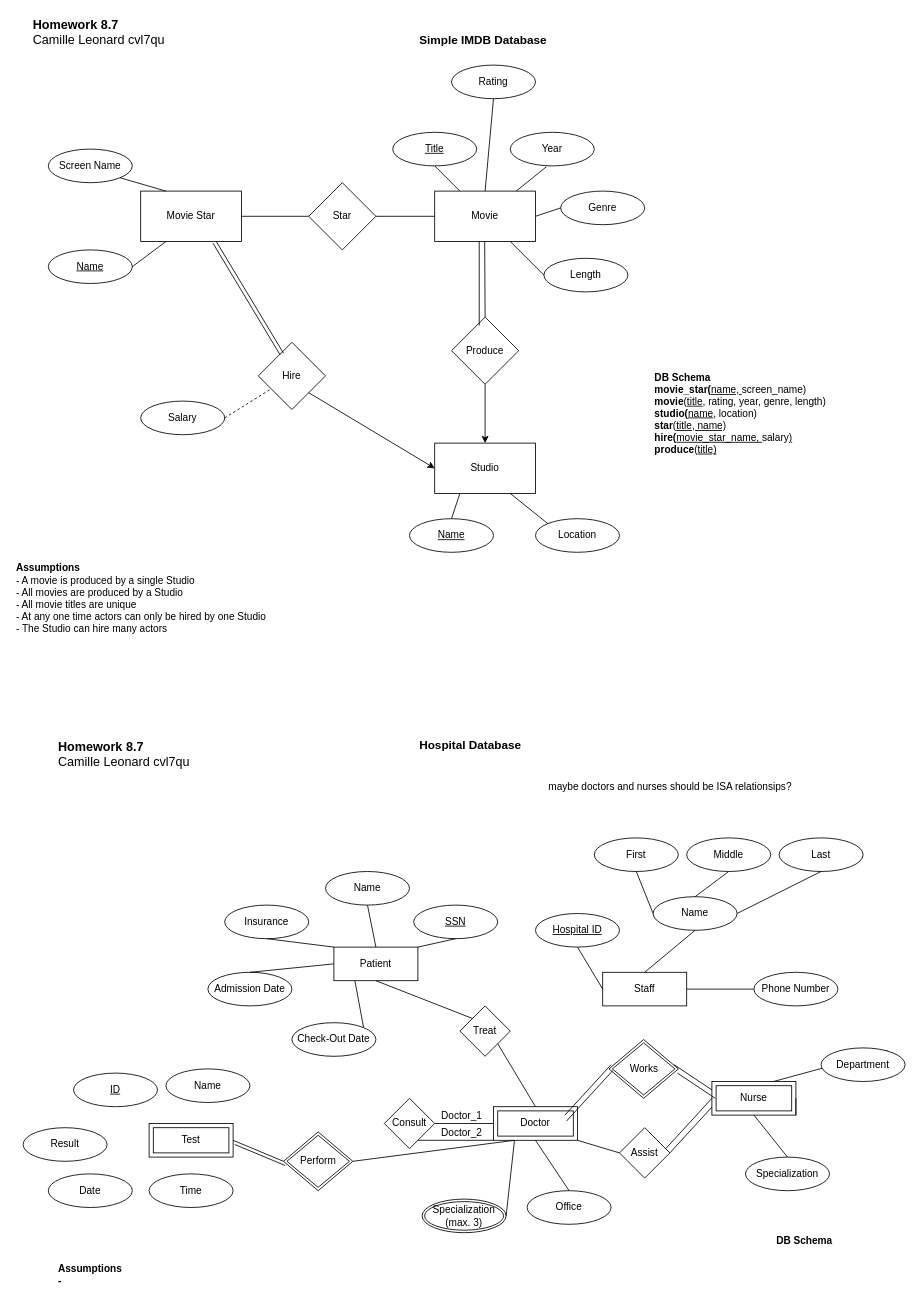
Above: HW 8.7 ER Diagrams.drawio in camillevleonard/CS_5012_Mod_8_MOE (draw.io), before the change. Source tidied: cells renumbered, new cells numbered last; positions are measured from the earlier drawing's top-left corner, leaving out a move shared by most shapes. Both pictures are drawn from the tidied source at 84%, with x=0, y=0 at pixel (14, 14).
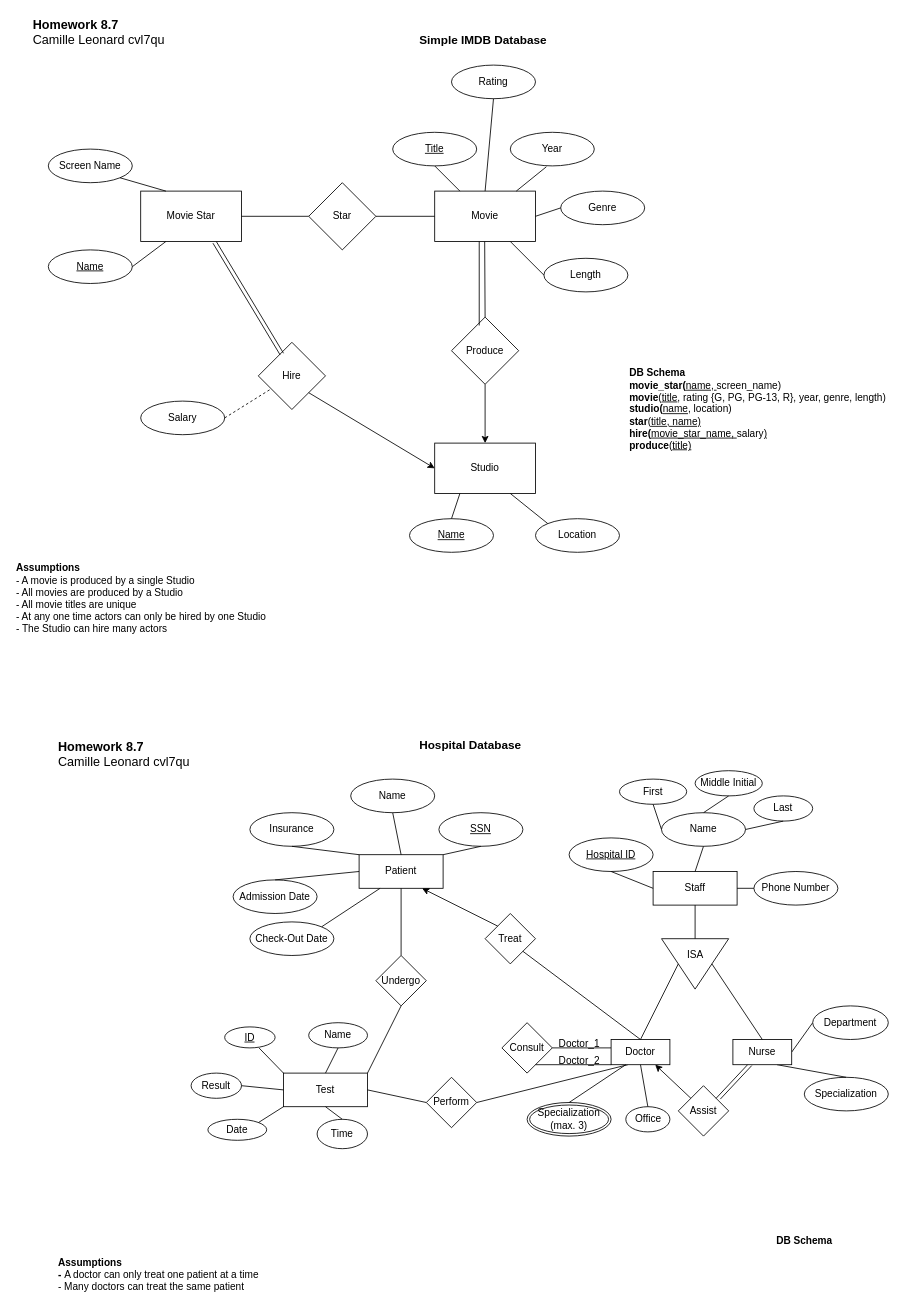
After the change.

The edit, as a diff of the source:
```diff
@@
     <mxCell id="2" style="shape=table;startSize=0;childLayout=tableLayout;rowLines=0;fontStyle=0;align=center;strokeColor=none;fillColor=none;" parent="1" vertex="1">
-      <mxGeometry x="470" y="1300" width="180" height="20" as="geometry" />
+      <mxGeometry x="610" y="1215" width="180" height="20" as="geometry" />
     </mxCell>
@@
-    <mxCell id="27" value="&lt;b&gt;DB Schema&lt;br&gt;movie_star(&lt;/b&gt;&lt;u&gt;name, &lt;/u&gt;screen_name)&lt;br&gt;&lt;b&gt;movie&lt;/b&gt;(&lt;u&gt;title&lt;/u&gt;, rating, year, genre, length)&lt;br&gt;&lt;b&gt;studio(&lt;/b&gt;&lt;u&gt;name&lt;/u&gt;, location)&lt;br&gt;&lt;b&gt;star&lt;/b&gt;(&lt;u&gt;title, name)&lt;br&gt;&lt;/u&gt;&lt;b&gt;hire(&lt;/b&gt;&lt;u&gt;movie_star_name, &lt;/u&gt;salary&lt;u&gt;)&lt;br&gt;&lt;/u&gt;&lt;b&gt;produce&lt;/b&gt;(&lt;u&gt;title)&lt;/u&gt;" style="text;html=1;align=left;verticalAlign=middle;" parent="1" vertex="1">
-      <mxGeometry x="760" y="425" width="220" height="100" as="geometry" />
+    <mxCell id="27" value="&lt;b&gt;DB Schema&lt;br&gt;movie_star(&lt;/b&gt;&lt;u&gt;name, &lt;/u&gt;screen_name)&lt;br&gt;&lt;b&gt;movie&lt;/b&gt;(&lt;u&gt;title&lt;/u&gt;, rating {G, PG, PG-13, R}, year, genre, length)&lt;br&gt;&lt;b&gt;studio(&lt;/b&gt;&lt;u&gt;name&lt;/u&gt;, location)&lt;br&gt;&lt;b&gt;star&lt;/b&gt;(&lt;u&gt;title, name)&lt;br&gt;&lt;/u&gt;&lt;b&gt;hire(&lt;/b&gt;&lt;u&gt;movie_star_name, &lt;/u&gt;salary&lt;u&gt;)&lt;br&gt;&lt;/u&gt;&lt;b&gt;produce&lt;/b&gt;(&lt;u&gt;title)&lt;/u&gt;" style="text;html=1;align=left;verticalAlign=middle;" parent="1" vertex="1">
+      <mxGeometry x="730" y="420" width="320" height="100" as="geometry" />
     </mxCell>
-    <mxCell id="28" value="&lt;b&gt;Assumptions&lt;br&gt;-&amp;nbsp;&lt;br&gt;&lt;/b&gt;" style="text;html=1;align=left;verticalAlign=middle;" parent="1" vertex="1">
-      <mxGeometry x="50" y="1485" width="90" height="30" as="geometry" />
+    <mxCell id="28" value="&lt;b&gt;Assumptions&lt;br&gt;- &lt;/b&gt;A doctor can only treat one patient at a time&lt;br&gt;- Many doctors can treat the same patient" style="text;html=1;align=left;verticalAlign=middle;" parent="1" vertex="1">
+      <mxGeometry x="50" y="1475" width="250" height="50" as="geometry" />
     </mxCell>
@@
     <mxCell id="30" value="Staff" style="whiteSpace=wrap;html=1;align=center;" parent="1" vertex="1">
-      <mxGeometry x="700" y="1140" width="100" height="40" as="geometry" />
+      <mxGeometry x="760" y="1020" width="100" height="40" as="geometry" />
     </mxCell>
     <mxCell id="31" value="Name" style="ellipse;whiteSpace=wrap;html=1;align=center;" parent="1" vertex="1">
-      <mxGeometry x="760" y="1050" width="100" height="40" as="geometry" />
+      <mxGeometry x="770" y="950" width="100" height="40" as="geometry" />
     </mxCell>
     <mxCell id="32" value="Hospital ID" style="ellipse;whiteSpace=wrap;html=1;align=center;fontStyle=4;" parent="1" vertex="1">
-      <mxGeometry x="620" y="1070" width="100" height="40" as="geometry" />
+      <mxGeometry x="660" y="980" width="100" height="40" as="geometry" />
     </mxCell>
     <mxCell id="33" value="Last" style="ellipse;whiteSpace=wrap;html=1;align=center;" parent="1" vertex="1">
-      <mxGeometry x="910" y="980" width="100" height="40" as="geometry" />
+      <mxGeometry x="880" y="930" width="70" height="30" as="geometry" />
     </mxCell>
-    <mxCell id="34" value="Middle" style="ellipse;whiteSpace=wrap;html=1;align=center;" parent="1" vertex="1">
-      <mxGeometry x="800" y="980" width="100" height="40" as="geometry" />
+    <mxCell id="34" value="Middle Initial" style="ellipse;whiteSpace=wrap;html=1;align=center;" parent="1" vertex="1">
+      <mxGeometry x="810" y="900" width="80" height="30" as="geometry" />
     </mxCell>
     <mxCell id="35" value="First" style="ellipse;whiteSpace=wrap;html=1;align=center;" parent="1" vertex="1">
-      <mxGeometry x="690" y="980" width="100" height="40" as="geometry" />
+      <mxGeometry x="720" y="910" width="80" height="30" as="geometry" />
     </mxCell>
     <mxCell id="36" value="Phone Number" style="ellipse;whiteSpace=wrap;html=1;align=center;" parent="1" vertex="1">
-      <mxGeometry x="880" y="1140" width="100" height="40" as="geometry" />
+      <mxGeometry x="880" y="1020" width="100" height="40" as="geometry" />
     </mxCell>
     <mxCell id="37" value="Office" style="ellipse;whiteSpace=wrap;html=1;align=center;" parent="1" vertex="1">
-      <mxGeometry x="610" y="1400" width="100" height="40" as="geometry" />
+      <mxGeometry x="727.5" y="1300" width="52.5" height="30" as="geometry" />
     </mxCell>
-    <mxCell id="38" style="endArrow=none;html=1;exitX=1;exitY=0.5;exitDx=0;exitDy=0;" parent="1" edge="1" source="84">
-      <mxGeometry relative="1" as="geometry">
-        <mxPoint x="835" y="1295" as="targetPoint" />
-      </mxGeometry>
-    </mxCell>
-    <mxCell id="39" style="endArrow=none;html=1;entryX=0;entryY=0.5;entryDx=0;entryDy=0;exitX=0.79;exitY=0.075;exitDx=0;exitDy=0;exitPerimeter=0;" parent="1" edge="1" source="42" target="62">
+    <mxCell id="39" style="endArrow=none;html=1;entryX=1;entryY=0.5;entryDx=0;entryDy=0;exitX=0;exitY=0.5;exitDx=0;exitDy=0;" parent="1" edge="1" source="42" target="62">
       <mxGeometry relative="1" as="geometry" />
     </mxCell>
-    <mxCell id="40" style="endArrow=none;html=1;exitX=1;exitY=1;exitDx=0;exitDy=0;entryX=0;entryY=0.5;entryDx=0;entryDy=0;" parent="1" edge="1" source="66" target="84">
-      <mxGeometry relative="1" as="geometry" />
-    </mxCell>
     <mxCell id="41" value="Specialization" style="ellipse;whiteSpace=wrap;html=1;align=center;" parent="1" vertex="1">
-      <mxGeometry x="870" y="1360" width="100" height="40" as="geometry" />
+      <mxGeometry x="940" y="1265" width="100" height="40" as="geometry" />
     </mxCell>
     <mxCell id="42" value="Department" style="ellipse;whiteSpace=wrap;html=1;align=center;" parent="1" vertex="1">
-      <mxGeometry x="960" y="1230" width="100" height="40" as="geometry" />
+      <mxGeometry x="950" y="1180" width="90" height="40" as="geometry" />
     </mxCell>
     <mxCell id="43" value="Patient" style="whiteSpace=wrap;html=1;align=center;" parent="1" vertex="1">
-      <mxGeometry x="380" y="1110" width="100" height="40" as="geometry" />
+      <mxGeometry x="410" y="1000" width="100" height="40" as="geometry" />
     </mxCell>
     <mxCell id="44" value="Treat" style="rhombus;whiteSpace=wrap;html=1;" parent="1" vertex="1">
-      <mxGeometry x="530" y="1180" width="60" height="60" as="geometry" />
+      <mxGeometry x="560" y="1070" width="60" height="60" as="geometry" />
     </mxCell>
     <mxCell id="45" value="Specialization (max. 3)" style="ellipse;shape=doubleEllipse;margin=3;whiteSpace=wrap;html=1;align=center;" parent="1" vertex="1">
-      <mxGeometry x="485" y="1410" width="100" height="40" as="geometry" />
+      <mxGeometry x="610" y="1295" width="100" height="40" as="geometry" />
     </mxCell>
     <mxCell id="46" value="Consult" style="rhombus;whiteSpace=wrap;html=1;" parent="1" vertex="1">
-      <mxGeometry x="440" y="1290" width="60" height="60" as="geometry" />
+      <mxGeometry x="580" y="1200" width="60" height="60" as="geometry" />
     </mxCell>
     <mxCell id="47" value="Doctor_2" style="shape=partialRectangle;fillColor=none;top=0;left=0;bottom=0;right=0;align=left;spacingLeft=6;overflow=hidden;" parent="1" vertex="1">
-      <mxGeometry x="500" y="1320" width="150" height="20" as="geometry" />
+      <mxGeometry x="640" y="1235" width="150" height="20" as="geometry" />
     </mxCell>
     <mxCell id="48" style="line;strokeWidth=1;dashed=0;labelPosition=right;align=left;verticalAlign=middle;spacingTop=0;spacingLeft=6;" parent="1" vertex="1">
-      <mxGeometry x="500" y="1315" width="70" height="10" as="geometry" />
+      <mxGeometry x="640" y="1225" width="70" height="10" as="geometry" />
     </mxCell>
     <mxCell id="49" style="line;strokeWidth=1;dashed=0;labelPosition=right;align=left;verticalAlign=middle;spacingTop=0;spacingLeft=6;" parent="1" vertex="1">
-      <mxGeometry x="480" y="1335" width="90" height="10" as="geometry" />
+      <mxGeometry x="620" y="1245" width="90" height="10" as="geometry" />
     </mxCell>
-    <mxCell id="50" style="endArrow=none;html=1;exitX=1;exitY=1;exitDx=0;exitDy=0;entryX=0.5;entryY=0;entryDx=0;entryDy=0;" parent="1" edge="1" source="44" target="66">
-      <mxGeometry relative="1" as="geometry" />
-    </mxCell>
-    <mxCell id="51" style="endArrow=none;html=1;exitX=0.5;exitY=1;exitDx=0;exitDy=0;entryX=0;entryY=0;entryDx=0;entryDy=0;" parent="1" edge="1" source="43" target="44">
-      <mxGeometry relative="1" as="geometry" />
-    </mxCell>
     <mxCell id="52" value="Check-Out Date" style="ellipse;whiteSpace=wrap;html=1;align=center;" parent="1" vertex="1">
-      <mxGeometry x="330" y="1200" width="100" height="40" as="geometry" />
+      <mxGeometry x="280" y="1080" width="100" height="40" as="geometry" />
     </mxCell>
     <mxCell id="53" value="Admission Date" style="ellipse;whiteSpace=wrap;html=1;align=center;" parent="1" vertex="1">
-      <mxGeometry x="230" y="1140" width="100" height="40" as="geometry" />
+      <mxGeometry x="260" y="1030" width="100" height="40" as="geometry" />
     </mxCell>
     <mxCell id="54" value="Insurance" style="ellipse;whiteSpace=wrap;html=1;align=center;" parent="1" vertex="1">
-      <mxGeometry x="250" y="1060" width="100" height="40" as="geometry" />
+      <mxGeometry x="280" y="950" width="100" height="40" as="geometry" />
     </mxCell>
     <mxCell id="55" value="Name" style="ellipse;whiteSpace=wrap;html=1;align=center;" parent="1" vertex="1">
-      <mxGeometry x="370" y="1020" width="100" height="40" as="geometry" />
+      <mxGeometry x="400" y="910" width="100" height="40" as="geometry" />
     </mxCell>
     <mxCell id="56" value="SSN" style="ellipse;whiteSpace=wrap;html=1;align=center;fontStyle=4;" parent="1" vertex="1">
-      <mxGeometry x="475" y="1060" width="100" height="40" as="geometry" />
+      <mxGeometry x="505" y="950" width="100" height="40" as="geometry" />
     </mxCell>
@@
-    <mxCell id="62" value="Nurse" style="shape=ext;margin=3;double=1;whiteSpace=wrap;html=1;align=center;" parent="1" vertex="1">
-      <mxGeometry x="830" y="1270" width="100" height="40" as="geometry" />
-    </mxCell>
-    <mxCell id="63" style="endArrow=none;html=1;entryX=0.5;entryY=1;entryDx=0;entryDy=0;exitX=0.5;exitY=0;exitDx=0;exitDy=0;" parent="1" edge="1" source="41" target="62">
+    <mxCell id="63" style="endArrow=none;html=1;entryX=0.75;entryY=1;entryDx=0;entryDy=0;exitX=0.5;exitY=0;exitDx=0;exitDy=0;" parent="1" edge="1" source="41" target="62">
       <mxGeometry relative="1" as="geometry" />
     </mxCell>
-    <mxCell id="64" style="endArrow=none;html=1;exitX=1;exitY=0.5;exitDx=0;exitDy=0;entryX=0;entryY=0.5;entryDx=0;entryDy=0;" parent="1" edge="1" source="62">
-      <mxGeometry relative="1" as="geometry">
-        <mxPoint x="930" y="1310" as="targetPoint" />
-      </mxGeometry>
-    </mxCell>
-    <mxCell id="65" style="endArrow=none;html=1;exitX=1;exitY=0.5;exitDx=0;exitDy=0;entryX=0.25;entryY=1;entryDx=0;entryDy=0;" parent="1" edge="1" source="45" target="66">
-      <mxGeometry relative="1" as="geometry" />
-    </mxCell>
-    <mxCell id="66" value="Doctor" style="shape=ext;margin=3;double=1;whiteSpace=wrap;html=1;align=center;" parent="1" vertex="1">
-      <mxGeometry x="570" y="1300" width="100" height="40" as="geometry" />
-    </mxCell>
-    <mxCell id="67" style="endArrow=none;html=1;exitX=0.5;exitY=0;exitDx=0;exitDy=0;entryX=0.5;entryY=1;entryDx=0;entryDy=0;" parent="1" edge="1" source="37" target="66">
-      <mxGeometry relative="1" as="geometry" />
-    </mxCell>
@@
-    <mxCell id="74" value="Test" style="shape=ext;margin=3;double=1;whiteSpace=wrap;html=1;align=center;" parent="1" vertex="1">
-      <mxGeometry x="160" y="1320" width="100" height="40" as="geometry" />
-    </mxCell>
     <mxCell id="75" value="Name" style="ellipse;whiteSpace=wrap;html=1;align=center;" parent="1" vertex="1">
-      <mxGeometry x="180" y="1255" width="100" height="40" as="geometry" />
+      <mxGeometry x="350" y="1200" width="70" height="30" as="geometry" />
     </mxCell>
     <mxCell id="76" value="Time" style="ellipse;whiteSpace=wrap;html=1;align=center;" parent="1" vertex="1">
-      <mxGeometry x="160" y="1380" width="100" height="40" as="geometry" />
+      <mxGeometry x="360" y="1315" width="60" height="35" as="geometry" />
     </mxCell>
     <mxCell id="77" value="Date" style="ellipse;whiteSpace=wrap;html=1;align=center;" parent="1" vertex="1">
-      <mxGeometry x="40" y="1380" width="100" height="40" as="geometry" />
+      <mxGeometry x="230" y="1315" width="70" height="25" as="geometry" />
     </mxCell>
     <mxCell id="78" value="Result" style="ellipse;whiteSpace=wrap;html=1;align=center;" parent="1" vertex="1">
-      <mxGeometry x="10" y="1325" width="100" height="40" as="geometry" />
+      <mxGeometry x="210" y="1260" width="60" height="30" as="geometry" />
     </mxCell>
     <mxCell id="79" value="ID" style="ellipse;whiteSpace=wrap;html=1;align=center;fontStyle=4;" parent="1" vertex="1">
-      <mxGeometry x="70" y="1260" width="100" height="40" as="geometry" />
+      <mxGeometry x="250" y="1205" width="60" height="25" as="geometry" />
     </mxCell>
-    <mxCell id="80" style="endArrow=none;html=1;exitX=1;exitY=0.5;exitDx=0;exitDy=0;entryX=0.25;entryY=1;entryDx=0;entryDy=0;" parent="1" edge="1" source="82" target="66">
-      <mxGeometry relative="1" as="geometry" />
+    <mxCell id="80" style="endArrow=none;html=1;exitX=1;exitY=0.5;exitDx=0;exitDy=0;" parent="1" edge="1" source="82">
+      <mxGeometry relative="1" as="geometry">
+        <mxPoint x="730" y="1250" as="targetPoint" />
+      </mxGeometry>
     </mxCell>
-    <mxCell id="81" style="endArrow=none;html=1;exitX=1;exitY=0.5;exitDx=0;exitDy=0;entryX=0;entryY=0.5;entryDx=0;entryDy=0;" parent="1" edge="1" source="74" target="82">
-      <mxGeometry relative="1" as="geometry" />
-    </mxCell>
-    <mxCell id="82" value="Perform" style="shape=rhombus;double=1;perimeter=rhombusPerimeter;whiteSpace=wrap;html=1;align=center;" parent="1" vertex="1">
-      <mxGeometry x="320" y="1330" width="82.5" height="70" as="geometry" />
-    </mxCell>
-    <mxCell id="83" style="endArrow=none;html=1;exitX=1;exitY=0.5;exitDx=0;exitDy=0;entryX=0;entryY=0.5;entryDx=0;entryDy=0;" parent="1" edge="1">
-      <mxGeometry relative="1" as="geometry">
-        <mxPoint x="262" y="1345" as="sourcePoint" />
-        <mxPoint x="322" y="1370" as="targetPoint" />
-      </mxGeometry>
-    </mxCell>
     <mxCell id="84" value="Assist" style="rhombus;whiteSpace=wrap;html=1;" parent="1" vertex="1">
-      <mxGeometry x="720" y="1325" width="60" height="60" as="geometry" />
+      <mxGeometry x="790" y="1275" width="60" height="60" as="geometry" />
     </mxCell>
-    <mxCell id="85" value="Works" style="shape=rhombus;double=1;perimeter=rhombusPerimeter;whiteSpace=wrap;html=1;align=center;" parent="1" vertex="1">
-      <mxGeometry x="707.5" y="1220" width="82.5" height="70" as="geometry" />
-    </mxCell>
-    <mxCell id="86" style="endArrow=none;html=1;exitX=1;exitY=0.5;exitDx=0;exitDy=0;" parent="1" edge="1">
-      <mxGeometry relative="1" as="geometry">
-        <mxPoint x="775" y="1350" as="sourcePoint" />
-        <mxPoint x="830" y="1290" as="targetPoint" />
-      </mxGeometry>
-    </mxCell>
-    <mxCell id="87" style="endArrow=none;html=1;exitX=1;exitY=0.5;exitDx=0;exitDy=0;" parent="1" edge="1">
-      <mxGeometry relative="1" as="geometry">
-        <mxPoint x="655" y="1310" as="sourcePoint" />
-        <mxPoint x="710" y="1250" as="targetPoint" />
-      </mxGeometry>
-    </mxCell>
-    <mxCell id="88" style="endArrow=none;html=1;exitX=1;exitY=0.5;exitDx=0;exitDy=0;" parent="1" edge="1">
-      <mxGeometry relative="1" as="geometry">
-        <mxPoint x="657" y="1317" as="sourcePoint" />
-        <mxPoint x="712" y="1257" as="targetPoint" />
-      </mxGeometry>
-    </mxCell>
-    <mxCell id="89" style="endArrow=none;html=1;exitX=0;exitY=0.25;exitDx=0;exitDy=0;" parent="1" edge="1" source="62">
-      <mxGeometry relative="1" as="geometry">
-        <mxPoint x="785" y="1250" as="targetPoint" />
-      </mxGeometry>
-    </mxCell>
-    <mxCell id="90" style="endArrow=none;html=1;exitX=0;exitY=0.25;exitDx=0;exitDy=0;" parent="1" edge="1">
-      <mxGeometry relative="1" as="geometry">
-        <mxPoint x="834" y="1290" as="sourcePoint" />
-        <mxPoint x="789" y="1260" as="targetPoint" />
-      </mxGeometry>
-    </mxCell>
-    <mxCell id="91" value="maybe doctors and nurses should be ISA relationsips?" style="text;html=1;align=center;verticalAlign=middle;" parent="1" vertex="1">
-      <mxGeometry x="625" y="910" width="310" height="20" as="geometry" />
-    </mxCell>
@@
+    <mxCell id="110" style="triangle;whiteSpace=wrap;html=1;rotation=90;" parent="1" vertex="1">
+      <mxGeometry x="780" y="1090" width="60" height="80" as="geometry" />
+    </mxCell>
+    <mxCell id="111" value="ISA" style="text;html=1;align=center;verticalAlign=middle;" parent="1" vertex="1">
+      <mxGeometry x="795" y="1110" width="30" height="20" as="geometry" />
+    </mxCell>
+    <mxCell id="112" style="endArrow=none;html=1;entryX=0.5;entryY=1;entryDx=0;entryDy=0;exitX=0;exitY=0.5;exitDx=0;exitDy=0;" parent="1" edge="1" source="110" target="30">
+      <mxGeometry relative="1" as="geometry" />
+    </mxCell>
+    <mxCell id="62" value="Nurse" style="whiteSpace=wrap;html=1;align=center;" parent="1" vertex="1">
+      <mxGeometry x="855" y="1220" width="70" height="30" as="geometry" />
+    </mxCell>
+    <mxCell id="66" value="Doctor" style="whiteSpace=wrap;html=1;align=center;" parent="1" vertex="1">
+      <mxGeometry x="710" y="1220" width="70" height="30" as="geometry" />
+    </mxCell>
+    <mxCell id="113" style="endArrow=none;html=1;entryX=0.25;entryY=1;entryDx=0;entryDy=0;exitX=1;exitY=0;exitDx=0;exitDy=0;" parent="1" edge="1" source="84" target="62">
+      <mxGeometry relative="1" as="geometry" />
+    </mxCell>
+    <mxCell id="114" style="endArrow=none;html=1;entryX=0.25;entryY=1;entryDx=0;entryDy=0;exitX=1;exitY=0;exitDx=0;exitDy=0;" parent="1" edge="1">
+      <mxGeometry relative="1" as="geometry">
+        <mxPoint x="840" y="1291" as="sourcePoint" />
+        <mxPoint x="877.5" y="1251" as="targetPoint" />
+      </mxGeometry>
+    </mxCell>
+    <mxCell id="115" style="endArrow=none;html=1;entryX=0.5;entryY=1;entryDx=0;entryDy=0;exitX=0.5;exitY=0;exitDx=0;exitDy=0;" parent="1" edge="1" source="66" target="110">
+      <mxGeometry relative="1" as="geometry" />
+    </mxCell>
+    <mxCell id="116" style="endArrow=none;html=1;entryX=0.5;entryY=0;entryDx=0;entryDy=0;exitX=0.5;exitY=0;exitDx=0;exitDy=0;" parent="1" edge="1" source="62" target="110">
+      <mxGeometry relative="1" as="geometry" />
+    </mxCell>
+    <mxCell id="65" style="endArrow=none;html=1;exitX=0.5;exitY=0;exitDx=0;exitDy=0;entryX=0.25;entryY=1;entryDx=0;entryDy=0;" parent="1" edge="1" source="45" target="66">
+      <mxGeometry relative="1" as="geometry" />
+    </mxCell>
+    <mxCell id="67" style="endArrow=none;html=1;entryX=0.5;entryY=1;entryDx=0;entryDy=0;exitX=0.5;exitY=0;exitDx=0;exitDy=0;" parent="1" edge="1" source="37" target="66">
+      <mxGeometry relative="1" as="geometry" />
+    </mxCell>
+    <mxCell id="82" value="Perform" style="rhombus;whiteSpace=wrap;html=1;" parent="1" vertex="1">
+      <mxGeometry x="490" y="1265" width="60" height="60" as="geometry" />
+    </mxCell>
+    <mxCell id="74" value="Test" style="whiteSpace=wrap;html=1;align=center;" parent="1" vertex="1">
+      <mxGeometry x="320" y="1260" width="100" height="40" as="geometry" />
+    </mxCell>
+    <mxCell id="81" style="endArrow=none;html=1;exitX=1;exitY=0.5;exitDx=0;exitDy=0;entryX=0;entryY=0.5;entryDx=0;entryDy=0;" parent="1" edge="1" source="74" target="82">
+      <mxGeometry relative="1" as="geometry" />
+    </mxCell>
+    <mxCell id="117" style="endArrow=none;html=1;exitX=0.5;exitY=0;exitDx=0;exitDy=0;entryX=0.5;entryY=1;entryDx=0;entryDy=0;" parent="1" edge="1" source="74" target="75">
+      <mxGeometry relative="1" as="geometry" />
+    </mxCell>
+    <mxCell id="118" style="endArrow=none;html=1;exitX=0;exitY=0;exitDx=0;exitDy=0;entryX=0.68;entryY=1;entryDx=0;entryDy=0;entryPerimeter=0;" parent="1" edge="1" source="74" target="79">
+      <mxGeometry relative="1" as="geometry" />
+    </mxCell>
+    <mxCell id="119" style="endArrow=none;html=1;exitX=1;exitY=0.5;exitDx=0;exitDy=0;entryX=0;entryY=0.5;entryDx=0;entryDy=0;" parent="1" edge="1" source="78" target="74">
+      <mxGeometry relative="1" as="geometry" />
+    </mxCell>
+    <mxCell id="120" style="endArrow=none;html=1;exitX=1;exitY=0;exitDx=0;exitDy=0;" parent="1" edge="1" source="77">
+      <mxGeometry relative="1" as="geometry">
+        <mxPoint x="320" y="1300" as="targetPoint" />
+      </mxGeometry>
+    </mxCell>
+    <mxCell id="121" style="endArrow=none;html=1;exitX=0.5;exitY=0;exitDx=0;exitDy=0;entryX=0.5;entryY=1;entryDx=0;entryDy=0;" parent="1" edge="1" source="76" target="74">
+      <mxGeometry relative="1" as="geometry" />
+    </mxCell>
+    <mxCell id="122" value="Undergo" style="rhombus;whiteSpace=wrap;html=1;" parent="1" vertex="1">
+      <mxGeometry x="430" y="1120" width="60" height="60" as="geometry" />
+    </mxCell>
+    <mxCell id="123" style="endArrow=none;html=1;exitX=1;exitY=0;exitDx=0;exitDy=0;entryX=0.5;entryY=1;entryDx=0;entryDy=0;" parent="1" edge="1" source="74" target="122">
+      <mxGeometry relative="1" as="geometry" />
+    </mxCell>
+    <mxCell id="124" style="endArrow=none;html=1;entryX=0.5;entryY=1;entryDx=0;entryDy=0;" parent="1" edge="1" source="122" target="43">
+      <mxGeometry relative="1" as="geometry" />
+    </mxCell>
+    <mxCell id="125" style="endArrow=classic;html=1;exitX=0;exitY=0;exitDx=0;exitDy=0;entryX=0.75;entryY=1;entryDx=0;entryDy=0;" parent="1" edge="1" source="84" target="66">
+      <mxGeometry relative="1" as="geometry" />
+    </mxCell>
+    <mxCell id="126" style="endArrow=classic;html=1;entryX=0.75;entryY=1;entryDx=0;entryDy=0;exitX=0;exitY=0;exitDx=0;exitDy=0;" parent="1" edge="1" source="44" target="43">
+      <mxGeometry relative="1" as="geometry" />
+    </mxCell>
+    <mxCell id="127" style="endArrow=none;html=1;entryX=1;entryY=1;entryDx=0;entryDy=0;exitX=0.5;exitY=0;exitDx=0;exitDy=0;" parent="1" edge="1" source="66" target="44">
+      <mxGeometry relative="1" as="geometry" />
+    </mxCell>
```
